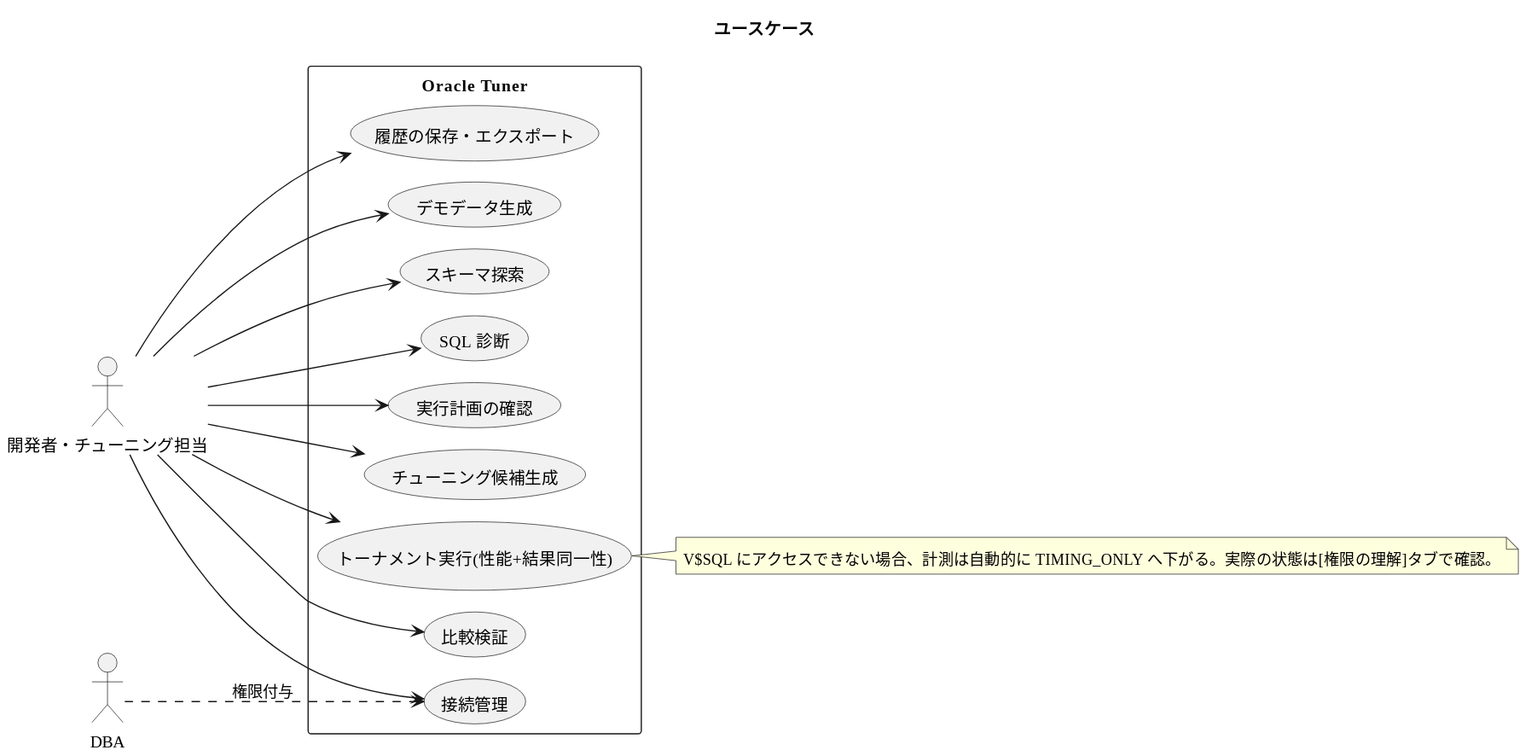
Earlier version of the PlantUML export web/design/usecase.ja.svg (farmerkweon/OracleTuner).
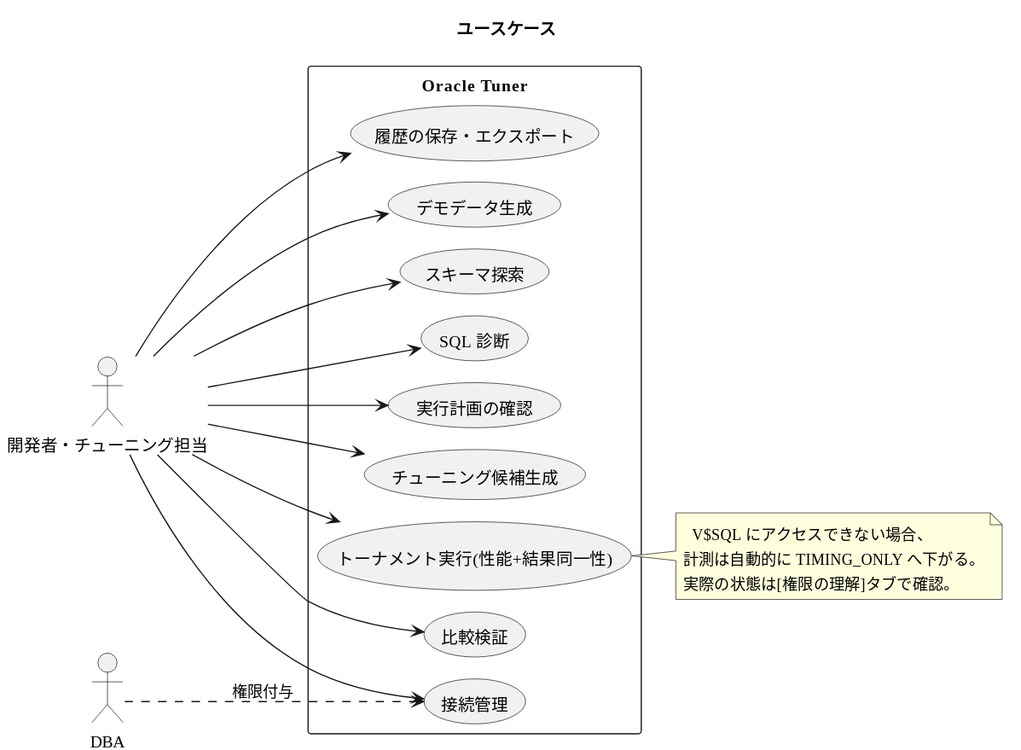
The same diagram one commit later.

Diff of the diagram source:
```diff
@@ -33,6 +33,8 @@
 DBA ..> UC1 : 権限付与
 
 note right of UC6
-  V$SQL にアクセスできない場合、計測は自動的に TIMING_ONLY へ下がる。実際の状態は[権限の理解]タブで確認。
+  V$SQL にアクセスできない場合、
+計測は自動的に TIMING_ONLY へ下がる。
+実際の状態は[権限の理解]タブで確認。
 end note
 @enduml
```
